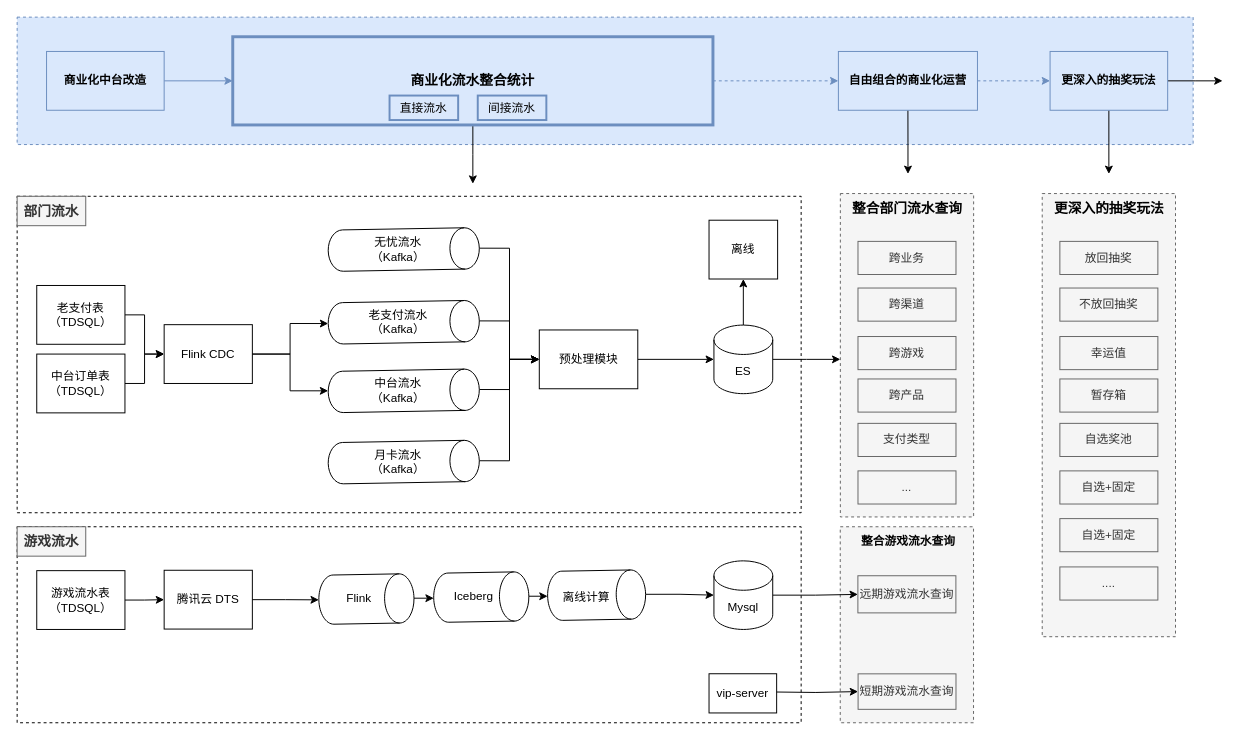
Earlier version of the draw.io diagram 2023H2.drawio (axtrur/resource). Source tidied: cells renumbered, new cells numbered last; positions are measured from the earlier drawing's top-left corner, leaving out a move shared by most shapes. Both pictures are drawn from the tidied source at 98%, with x=0, y=0 at pixel (17, 17).
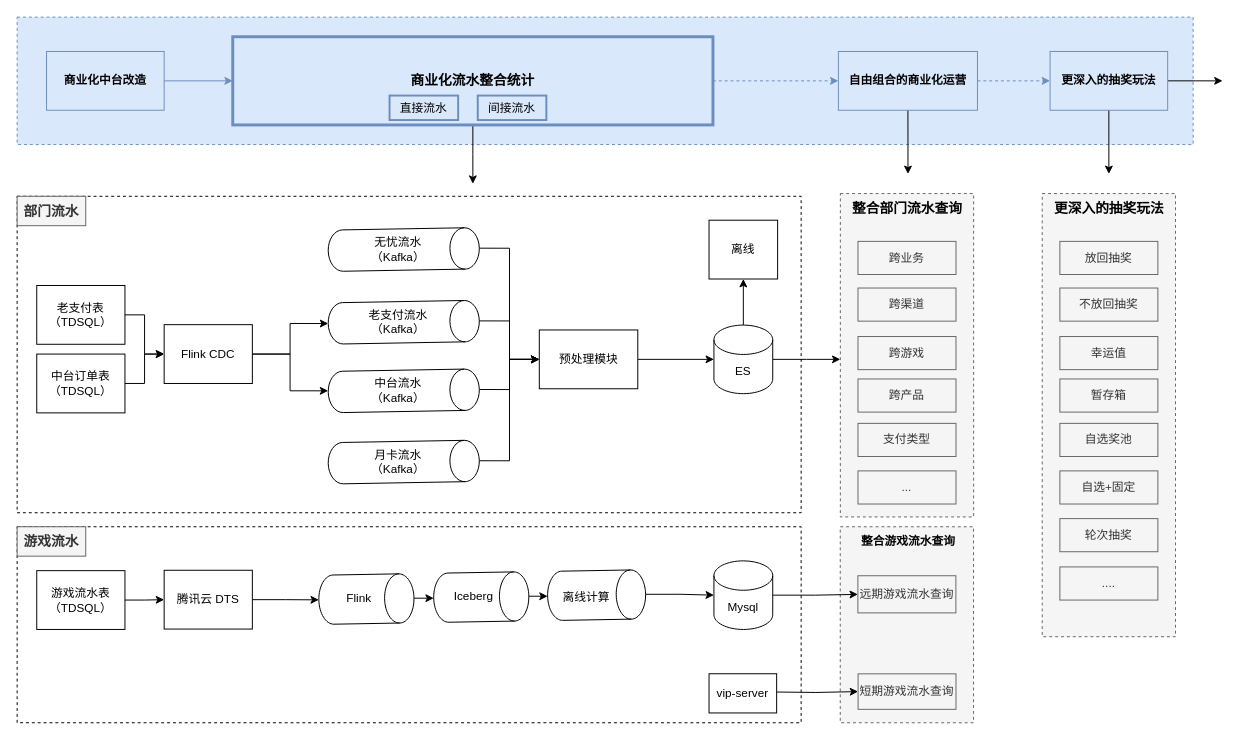
After the change.

What changed in the source:
```diff
@@
-    <mxCell id="55" value="自选+固定" style="rounded=0;whiteSpace=wrap;html=1;fillColor=#f5f5f5;strokeColor=#666666;fontColor=#333333;" parent="1" vertex="1">
+    <mxCell id="55" value="轮次抽奖" style="rounded=0;whiteSpace=wrap;html=1;fillColor=#f5f5f5;strokeColor=#666666;fontColor=#333333;" parent="1" vertex="1">
       <mxGeometry x="1064" y="511.7" width="100" height="33.8" as="geometry" />
     </mxCell>
```
